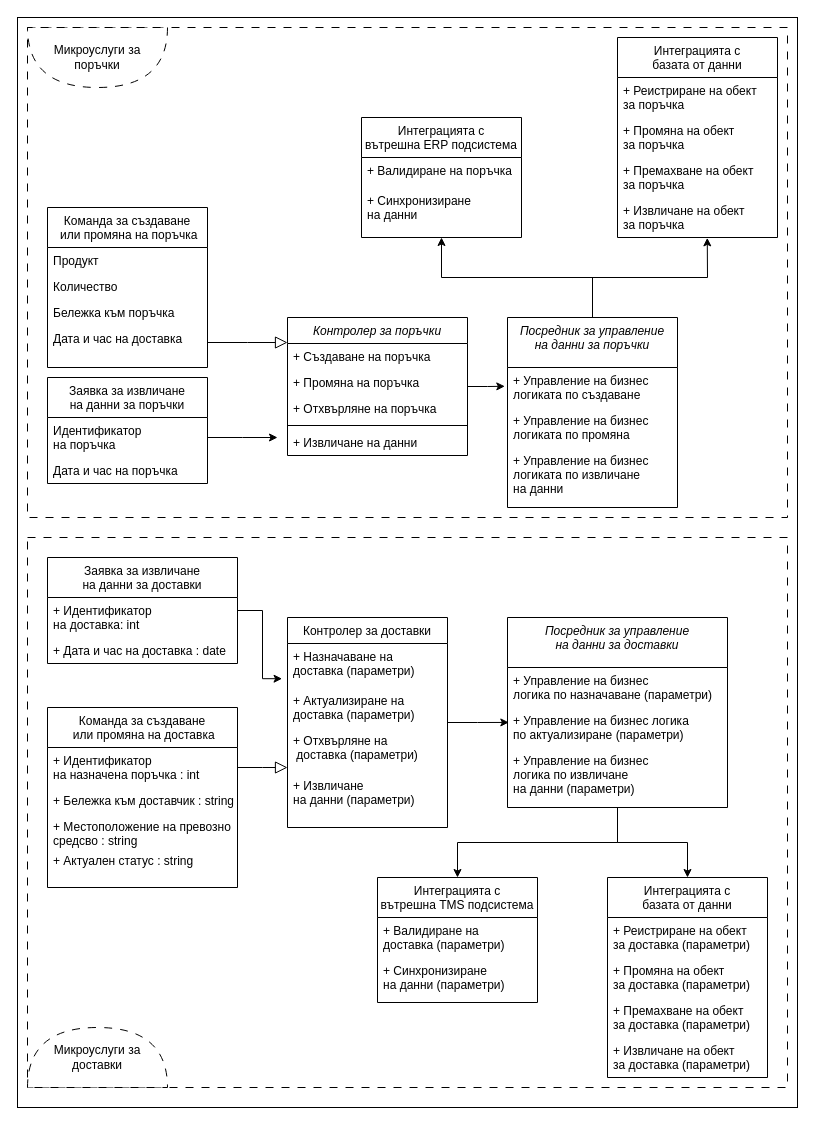
Earlier version of the draw.io diagram Chapter2/ClassDiagram.drawio (profjordanov/phd). Source tidied: cells renumbered, new cells numbered last; positions are measured from the earlier drawing's top-left corner, leaving out a move shared by most shapes. Both pictures are drawn from the tidied source at 100%, with x=0, y=0 at pixel (17, 17).
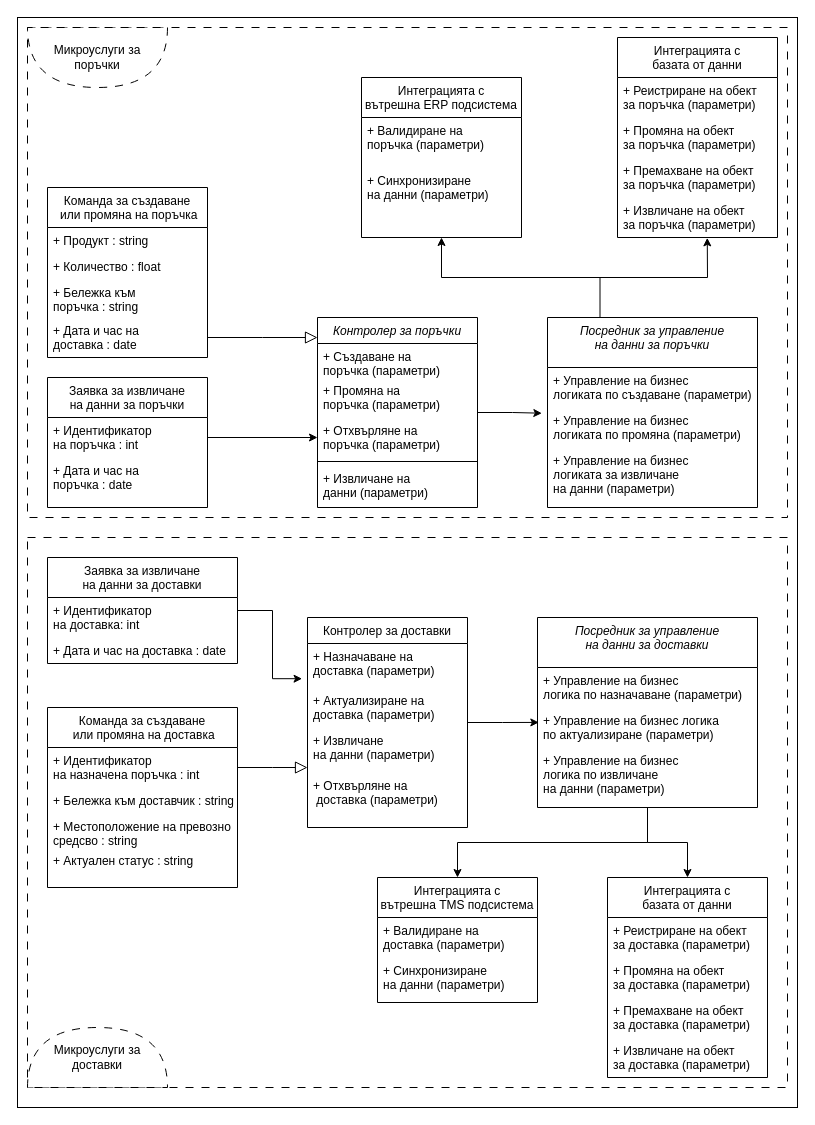
After the change.

The change refers to these unchanged cells:
```xml
<mxCell id="16" value="Интеграцията с &#10;базата от данни" style="swimlane;fontStyle=0;align=center;verticalAlign=top;horizontal=1;startSize=40;rounded=0;shadow=0;strokeWidth=1;" parent="1" vertex="1">
  <mxGeometry x="600" y="20" width="160" height="200" as="geometry" />
</mxCell>
```

Change to the diagram source:
```diff
@@
+    <mxCell id="62" style="rounded=0;whiteSpace=wrap;html=1;dashed=1;dashPattern=8 8;fillColor=none;" parent="1" vertex="1">
+      <mxGeometry x="10" y="10" width="760" height="490" as="geometry" />
+    </mxCell>
@@
     <mxCell id="4" value="Контролер за поръчки" style="swimlane;fontStyle=2;align=center;verticalAlign=top;horizontal=1;startSize=26;rounded=0;shadow=0;strokeWidth=1;" parent="1" vertex="1">
-      <mxGeometry x="270" y="300" width="180" height="138" as="geometry" />
+      <mxGeometry x="300" y="300" width="160" height="190" as="geometry" />
     </mxCell>
-    <mxCell id="5" value="+ Създаване на поръчка" style="text;align=left;verticalAlign=top;spacingLeft=4;spacingRight=4;overflow=hidden;" parent="4" vertex="1">
-      <mxGeometry y="26" width="180" height="26" as="geometry" />
+    <mxCell id="5" value="+ Създаване на &#10;поръчка (параметри)" style="text;align=left;verticalAlign=top;spacingLeft=4;spacingRight=4;overflow=hidden;" parent="4" vertex="1">
+      <mxGeometry y="26" width="160" height="34" as="geometry" />
     </mxCell>
-    <mxCell id="6" value="+ Промяна на поръчка" style="text;align=left;verticalAlign=top;spacingLeft=4;spacingRight=4;overflow=hidden;rounded=0;shadow=0;html=0;" parent="4" vertex="1">
-      <mxGeometry y="52" width="180" height="26" as="geometry" />
+    <mxCell id="6" value="+ Промяна на &#10;поръчка (параметри)" style="text;align=left;verticalAlign=top;spacingLeft=4;spacingRight=4;overflow=hidden;rounded=0;shadow=0;html=0;" parent="4" vertex="1">
+      <mxGeometry y="60" width="160" height="40" as="geometry" />
     </mxCell>
-    <mxCell id="7" value="+ Отхвърляне на поръчка" style="text;align=left;verticalAlign=top;spacingLeft=4;spacingRight=4;overflow=hidden;points=[[0,0.5],[1,0.5]];portConstraint=eastwest;rounded=0;shadow=0;html=0;" parent="4" vertex="1">
-      <mxGeometry y="78" width="180" height="26" as="geometry" />
+    <mxCell id="7" value="+ Отхвърляне на &#10;поръчка (параметри)" style="text;align=left;verticalAlign=top;spacingLeft=4;spacingRight=4;overflow=hidden;points=[[0,0.5],[1,0.5]];portConstraint=eastwest;rounded=0;shadow=0;html=0;" parent="4" vertex="1">
+      <mxGeometry y="100" width="160" height="40" as="geometry" />
     </mxCell>
     <mxCell id="8" style="line;html=1;strokeWidth=1;align=left;verticalAlign=middle;spacingTop=-1;spacingLeft=3;spacingRight=3;labelPosition=right;" parent="4" vertex="1">
-      <mxGeometry y="104" width="180" height="8" as="geometry" />
+      <mxGeometry y="140" width="160" height="8" as="geometry" />
     </mxCell>
-    <mxCell id="9" value="+ Извличане на данни" style="text;align=left;verticalAlign=top;spacingLeft=4;spacingRight=4;overflow=hidden;" parent="4" vertex="1">
-      <mxGeometry y="112" width="180" height="26" as="geometry" />
+    <mxCell id="9" value="+ Извличане на &#10;данни (параметри) " style="text;align=left;verticalAlign=top;spacingLeft=4;spacingRight=4;overflow=hidden;" parent="4" vertex="1">
+      <mxGeometry y="148" width="160" height="42" as="geometry" />
     </mxCell>
     <mxCell id="10" value="Команда за създаване&#10; или промяна на поръчка" style="swimlane;fontStyle=0;align=center;verticalAlign=top;horizontal=1;startSize=40;rounded=0;shadow=0;strokeWidth=1;" parent="1" vertex="1">
-      <mxGeometry x="30" y="190" width="160" height="160" as="geometry" />
+      <mxGeometry x="30" y="170" width="160" height="170" as="geometry" />
     </mxCell>
-    <mxCell id="11" value="Продукт" style="text;align=left;verticalAlign=top;spacingLeft=4;spacingRight=4;overflow=hidden;" parent="10" vertex="1">
+    <mxCell id="11" value="+ Продукт : string" style="text;align=left;verticalAlign=top;spacingLeft=4;spacingRight=4;overflow=hidden;" parent="10" vertex="1">
       <mxGeometry y="40" width="160" height="26" as="geometry" />
     </mxCell>
-    <mxCell id="12" value="Количество" style="text;align=left;verticalAlign=top;spacingLeft=4;spacingRight=4;overflow=hidden;rounded=0;shadow=0;html=0;" parent="10" vertex="1">
+    <mxCell id="12" value="+ Количество : float" style="text;align=left;verticalAlign=top;spacingLeft=4;spacingRight=4;overflow=hidden;rounded=0;shadow=0;html=0;" parent="10" vertex="1">
       <mxGeometry y="66" width="160" height="26" as="geometry" />
     </mxCell>
-    <mxCell id="13" value="Бележка към поръчка" style="text;align=left;verticalAlign=top;spacingLeft=4;spacingRight=4;overflow=hidden;rounded=0;shadow=0;html=0;" parent="10" vertex="1">
-      <mxGeometry y="92" width="160" height="26" as="geometry" />
+    <mxCell id="13" value="+ Бележка към &#10;поръчка : string" style="text;align=left;verticalAlign=top;spacingLeft=4;spacingRight=4;overflow=hidden;rounded=0;shadow=0;html=0;" parent="10" vertex="1">
+      <mxGeometry y="92" width="160" height="38" as="geometry" />
     </mxCell>
-    <mxCell id="14" value="Дата и час на доставка" style="text;align=left;verticalAlign=top;spacingLeft=4;spacingRight=4;overflow=hidden;rounded=0;shadow=0;html=0;" parent="10" vertex="1">
-      <mxGeometry y="118" width="160" height="26" as="geometry" />
+    <mxCell id="14" value="+ Дата и час на &#10;доставка : date" style="text;align=left;verticalAlign=top;spacingLeft=4;spacingRight=4;overflow=hidden;rounded=0;shadow=0;html=0;" parent="10" vertex="1">
+      <mxGeometry y="130" width="160" height="40" as="geometry" />
     </mxCell>
@@
-    <mxCell id="17" value="+ Реистриране на обект&#10;за поръчка" style="text;align=left;verticalAlign=top;spacingLeft=4;spacingRight=4;overflow=hidden;" parent="16" vertex="1">
+    <mxCell id="17" value="+ Реистриране на обект&#10;за поръчка (параметри)" style="text;align=left;verticalAlign=top;spacingLeft=4;spacingRight=4;overflow=hidden;" parent="16" vertex="1">
       <mxGeometry y="40" width="160" height="40" as="geometry" />
     </mxCell>
-    <mxCell id="18" value="+ Промяна на обект&#10;за поръчка" style="text;align=left;verticalAlign=top;spacingLeft=4;spacingRight=4;overflow=hidden;rounded=0;shadow=0;html=0;" parent="16" vertex="1">
+    <mxCell id="18" value="+ Промяна на обект&#10;за поръчка (параметри)" style="text;align=left;verticalAlign=top;spacingLeft=4;spacingRight=4;overflow=hidden;rounded=0;shadow=0;html=0;" parent="16" vertex="1">
       <mxGeometry y="80" width="160" height="40" as="geometry" />
     </mxCell>
-    <mxCell id="19" value="+ Премахване на обект&#10;за поръчка" style="text;align=left;verticalAlign=top;spacingLeft=4;spacingRight=4;overflow=hidden;rounded=0;shadow=0;html=0;" parent="16" vertex="1">
+    <mxCell id="19" value="+ Премахване на обект&#10;за поръчка (параметри)" style="text;align=left;verticalAlign=top;spacingLeft=4;spacingRight=4;overflow=hidden;rounded=0;shadow=0;html=0;" parent="16" vertex="1">
       <mxGeometry y="120" width="160" height="40" as="geometry" />
     </mxCell>
-    <mxCell id="20" value="+ Извличане на обект&#10;за поръчка" style="text;align=left;verticalAlign=top;spacingLeft=4;spacingRight=4;overflow=hidden;points=[[0,0.5],[1,0.5]];portConstraint=eastwest;rounded=0;shadow=0;html=0;" parent="16" vertex="1">
+    <mxCell id="20" value="+ Извличане на обект&#10;за поръчка (параметри)" style="text;align=left;verticalAlign=top;spacingLeft=4;spacingRight=4;overflow=hidden;points=[[0,0.5],[1,0.5]];portConstraint=eastwest;rounded=0;shadow=0;html=0;" parent="16" vertex="1">
       <mxGeometry y="160" width="160" height="40" as="geometry" />
     </mxCell>
     <mxCell id="21" value="Интеграцията с &#10;вътрешна ERP подсистема" style="swimlane;fontStyle=0;align=center;verticalAlign=top;horizontal=1;startSize=40;rounded=0;shadow=0;strokeWidth=1;" parent="1" vertex="1">
-      <mxGeometry x="344" y="100" width="160" height="120" as="geometry" />
+      <mxGeometry x="344" y="60" width="160" height="160" as="geometry" />
     </mxCell>
-    <mxCell id="22" value="+ Валидиране на поръчка" style="text;align=left;verticalAlign=top;spacingLeft=4;spacingRight=4;overflow=hidden;" parent="21" vertex="1">
-      <mxGeometry y="40" width="160" height="30" as="geometry" />
+    <mxCell id="22" value="+ Валидиране на &#10;поръчка (параметри)" style="text;align=left;verticalAlign=top;spacingLeft=4;spacingRight=4;overflow=hidden;" parent="21" vertex="1">
+      <mxGeometry y="40" width="160" height="50" as="geometry" />
     </mxCell>
-    <mxCell id="23" value="+ Синхронизиране&#10;на данни" style="text;align=left;verticalAlign=top;spacingLeft=4;spacingRight=4;overflow=hidden;rounded=0;shadow=0;html=0;" parent="21" vertex="1">
-      <mxGeometry y="70" width="160" height="40" as="geometry" />
+    <mxCell id="23" value="+ Синхронизиране&#10;на данни (параметри)" style="text;align=left;verticalAlign=top;spacingLeft=4;spacingRight=4;overflow=hidden;rounded=0;shadow=0;html=0;" parent="21" vertex="1">
+      <mxGeometry y="90" width="160" height="40" as="geometry" />
     </mxCell>
-    <mxCell id="24" style="edgeStyle=orthogonalEdgeStyle;rounded=0;jettySize=auto;html=1;entryX=0.5;entryY=1;entryDx=0;entryDy=0;" parent="1" edge="1" source="25" target="21">
+    <mxCell id="24" style="edgeStyle=orthogonalEdgeStyle;rounded=0;jettySize=auto;html=1;entryX=0.5;entryY=1;entryDx=0;entryDy=0;exitX=0.25;exitY=0;exitDx=0;exitDy=0;" parent="1" edge="1" source="25" target="21">
       <mxGeometry relative="1" as="geometry" />
     </mxCell>
     <mxCell id="25" value="Посредник за управление &#10;на данни за поръчки" style="swimlane;fontStyle=2;align=center;verticalAlign=top;horizontal=1;startSize=50;rounded=0;shadow=0;strokeWidth=1;" parent="1" vertex="1">
-      <mxGeometry x="490" y="300" width="170" height="190" as="geometry" />
+      <mxGeometry x="530" y="300" width="210" height="190" as="geometry" />
     </mxCell>
-    <mxCell id="26" value="+ Управление на бизнес &#10;логиката по създаване" style="text;align=left;verticalAlign=top;spacingLeft=4;spacingRight=4;overflow=hidden;" parent="25" vertex="1">
-      <mxGeometry y="50" width="170" height="40" as="geometry" />
+    <mxCell id="26" value="+ Управление на бизнес &#10;логиката по създаване (параметри)" style="text;align=left;verticalAlign=top;spacingLeft=4;spacingRight=4;overflow=hidden;" parent="25" vertex="1">
+      <mxGeometry y="50" width="210" height="40" as="geometry" />
     </mxCell>
-    <mxCell id="27" value="+ Управление на бизнес &#10;логиката по промяна" style="text;align=left;verticalAlign=top;spacingLeft=4;spacingRight=4;overflow=hidden;points=[[0,0.5],[1,0.5]];portConstraint=eastwest;" parent="25" vertex="1">
-      <mxGeometry y="90" width="170" height="40" as="geometry" />
+    <mxCell id="27" value="+ Управление на бизнес &#10;логиката по промяна (параметри)" style="text;align=left;verticalAlign=top;spacingLeft=4;spacingRight=4;overflow=hidden;points=[[0,0.5],[1,0.5]];portConstraint=eastwest;" parent="25" vertex="1">
+      <mxGeometry y="90" width="210" height="40" as="geometry" />
     </mxCell>
-    <mxCell id="28" value="+ Управление на бизнес &#10;логиката по извличане &#10;на данни" style="text;align=left;verticalAlign=top;spacingLeft=4;spacingRight=4;overflow=hidden;" parent="25" vertex="1">
-      <mxGeometry y="130" width="170" height="50" as="geometry" />
+    <mxCell id="28" value="+ Управление на бизнес &#10;логиката за извличане &#10;на данни (параметри)" style="text;align=left;verticalAlign=top;spacingLeft=4;spacingRight=4;overflow=hidden;" parent="25" vertex="1">
+      <mxGeometry y="130" width="210" height="50" as="geometry" />
     </mxCell>
@@
-    <mxCell id="31" style="edgeStyle=orthogonalEdgeStyle;rounded=0;jettySize=auto;html=1;entryX=-0.017;entryY=0.471;entryDx=0;entryDy=0;entryPerimeter=0;" parent="1" edge="1" source="4">
-      <mxGeometry relative="1" as="geometry">
-        <mxPoint x="487.3" y="368.8" as="targetPoint" />
-      </mxGeometry>
-    </mxCell>
     <mxCell id="32" value="Контролер за доставки" style="swimlane;fontStyle=0;align=center;verticalAlign=top;horizontal=1;startSize=26;rounded=0;shadow=0;strokeWidth=1;" parent="1" vertex="1">
-      <mxGeometry x="270" y="600" width="160" height="210" as="geometry" />
+      <mxGeometry x="290" y="600" width="160" height="210" as="geometry" />
     </mxCell>
@@
+    <mxCell id="66" value="+ Извличане &#10;на данни (параметри)" style="text;align=left;verticalAlign=top;spacingLeft=4;spacingRight=4;overflow=hidden;" parent="32" vertex="1">
+      <mxGeometry y="110" width="160" height="45" as="geometry" />
+    </mxCell>
+    <mxCell id="67" value="+ Отхвърляне на&#10; доставка (параметри)" style="text;align=left;verticalAlign=top;spacingLeft=4;spacingRight=4;overflow=hidden;rounded=0;shadow=0;html=0;" parent="32" vertex="1">
+      <mxGeometry y="155" width="160" height="40" as="geometry" />
+    </mxCell>
@@
     <mxCell id="51" value="Посредник за управление &#10;на данни за доставки" style="swimlane;fontStyle=2;align=center;verticalAlign=top;horizontal=1;startSize=50;rounded=0;shadow=0;strokeWidth=1;" parent="1" vertex="1">
-      <mxGeometry x="490" y="600" width="220" height="190" as="geometry" />
+      <mxGeometry x="520" y="600" width="220" height="190" as="geometry" />
     </mxCell>
@@
     <mxCell id="55" value="Заявка за извличане&#10;на данни за поръчки" style="swimlane;fontStyle=0;align=center;verticalAlign=top;horizontal=1;startSize=40;rounded=0;shadow=0;strokeWidth=1;" parent="1" vertex="1">
-      <mxGeometry x="30" y="360" width="160" height="106" as="geometry" />
+      <mxGeometry x="30" y="360" width="160" height="130" as="geometry" />
     </mxCell>
-    <mxCell id="56" style="edgeStyle=orthogonalEdgeStyle;rounded=0;jettySize=auto;html=1;" parent="55" edge="1" source="57">
-      <mxGeometry relative="1" as="geometry">
-        <mxPoint x="230" y="60" as="targetPoint" />
-      </mxGeometry>
-    </mxCell>
-    <mxCell id="57" value="Идентификатор &#10;на поръчка" style="text;align=left;verticalAlign=top;spacingLeft=4;spacingRight=4;overflow=hidden;points=[[0,0.5],[1,0.5]];portConstraint=eastwest;" parent="55" vertex="1">
+    <mxCell id="57" value="+ Идентификатор &#10;на поръчка : int" style="text;align=left;verticalAlign=top;spacingLeft=4;spacingRight=4;overflow=hidden;points=[[0,0.5],[1,0.5]];portConstraint=eastwest;" parent="55" vertex="1">
       <mxGeometry y="40" width="160" height="40" as="geometry" />
     </mxCell>
-    <mxCell id="58" value="Дата и час на поръчка" style="text;align=left;verticalAlign=top;spacingLeft=4;spacingRight=4;overflow=hidden;rounded=0;shadow=0;html=0;" parent="55" vertex="1">
-      <mxGeometry y="80" width="160" height="26" as="geometry" />
+    <mxCell id="58" value="+ Дата и час на &#10;поръчка : date" style="text;align=left;verticalAlign=top;spacingLeft=4;spacingRight=4;overflow=hidden;rounded=0;shadow=0;html=0;" parent="55" vertex="1">
+      <mxGeometry y="80" width="160" height="50" as="geometry" />
     </mxCell>
@@
-    <mxCell id="62" style="rounded=0;whiteSpace=wrap;html=1;dashed=1;dashPattern=8 8;fillColor=none;" parent="1" vertex="1">
-      <mxGeometry x="10" y="10" width="760" height="490" as="geometry" />
-    </mxCell>
@@
-    <mxCell id="66" value="+ Извличане &#10;на данни (параметри)" style="text;align=left;verticalAlign=top;spacingLeft=4;spacingRight=4;overflow=hidden;" parent="1" vertex="1">
-      <mxGeometry x="270" y="755" width="140" height="45" as="geometry" />
-    </mxCell>
-    <mxCell id="67" value="+ Отхвърляне на&#10; доставка (параметри)" style="text;align=left;verticalAlign=top;spacingLeft=4;spacingRight=4;overflow=hidden;rounded=0;shadow=0;html=0;" parent="1" vertex="1">
-      <mxGeometry x="270" y="710" width="190" height="40" as="geometry" />
-    </mxCell>
@@
+    <mxCell id="56" style="edgeStyle=orthogonalEdgeStyle;rounded=0;jettySize=auto;html=1;entryX=0;entryY=0.5;entryDx=0;entryDy=0;" parent="1" edge="1" source="57" target="7">
+      <mxGeometry relative="1" as="geometry" />
+    </mxCell>
+    <mxCell id="69" style="edgeStyle=orthogonalEdgeStyle;rounded=0;jettySize=auto;html=1;entryX=-0.027;entryY=0.143;entryDx=0;entryDy=0;entryPerimeter=0;" parent="1" edge="1" source="4" target="27">
+      <mxGeometry relative="1" as="geometry" />
+    </mxCell>
```
